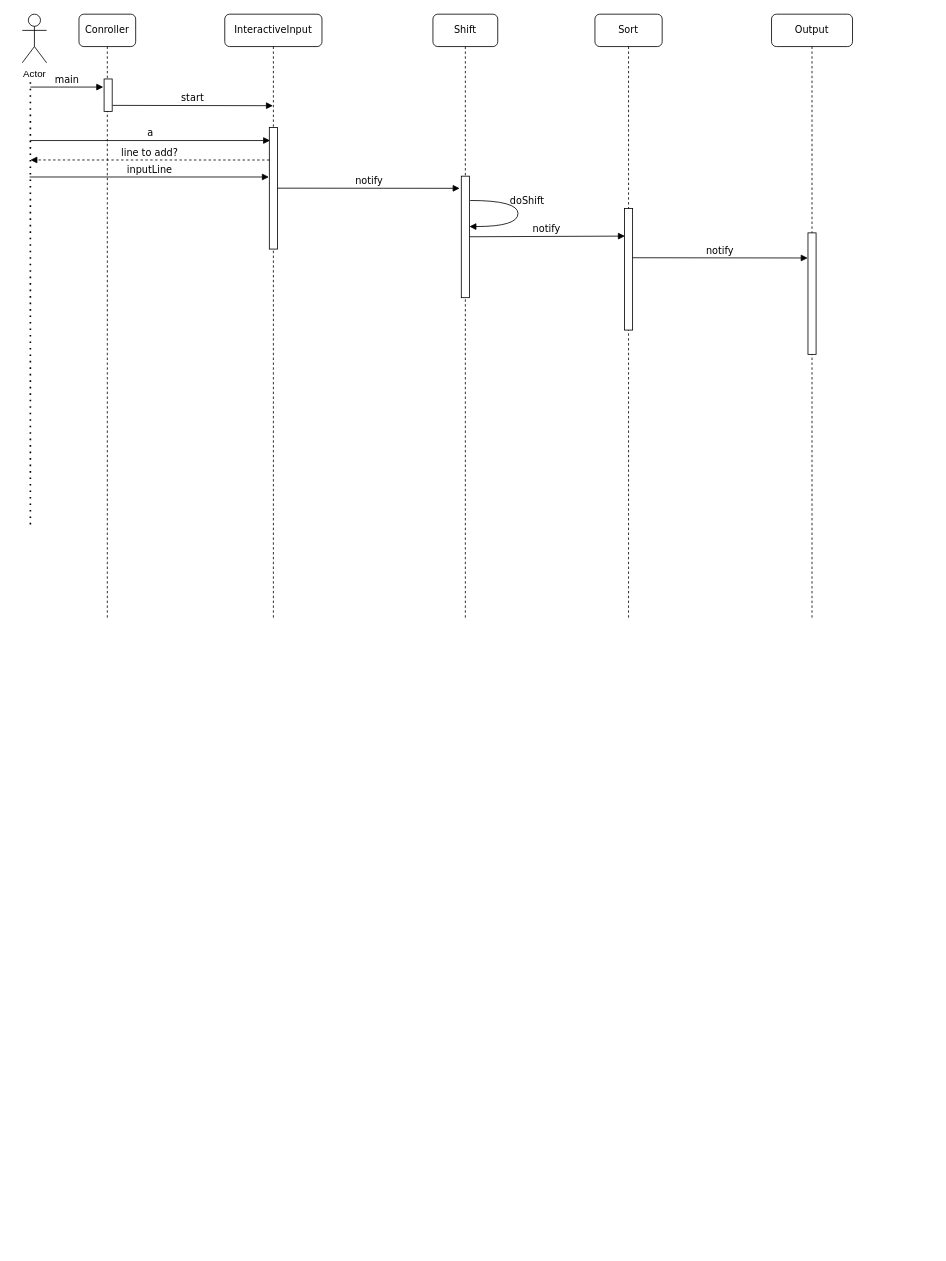
This is HW2Q1.drawio from parveshj/577, a draw.io file, before an edit. Source tidied: cells renumbered, new cells numbered last; positions are measured from the earlier drawing's top-left corner, leaving out a move shared by most shapes. Both pictures are drawn from the tidied source at 81%, with x=0, y=0 at pixel (22, 14).
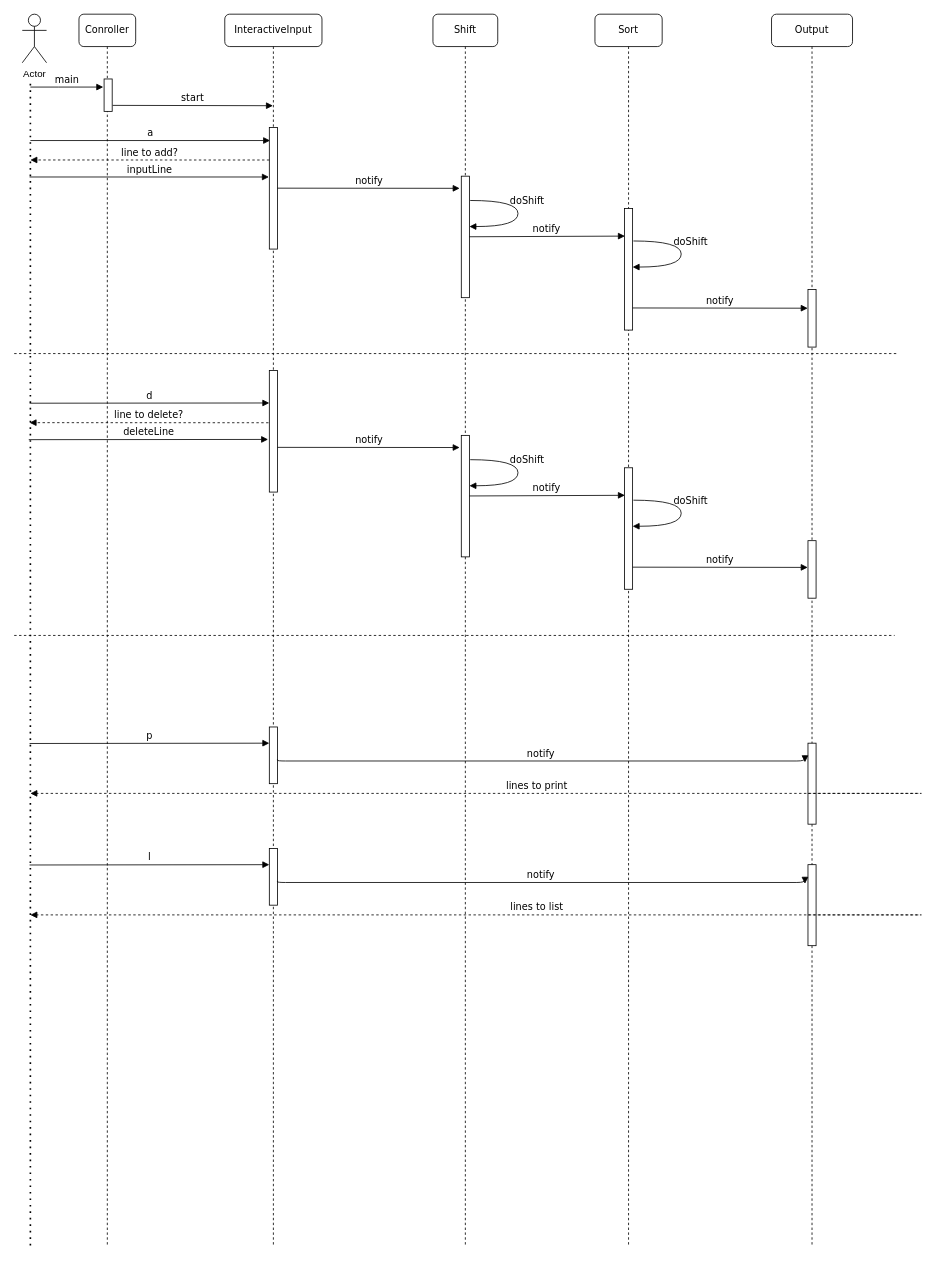
The same page after the edit.

Change to the diagram source:
```diff
@@
     <mxCell id="2" value="InteractiveInput" style="shape=umlLifeline;perimeter=lifelinePerimeter;whiteSpace=wrap;html=1;rounded=1;shadow=0;comic=0;labelBackgroundColor=none;strokeWidth=1;fontFamily=Verdana;fontSize=12;align=center;" parent="1" vertex="1">
-      <mxGeometry x="250" width="120" height="747" as="geometry" />
+      <mxGeometry x="250" width="120" height="1520" as="geometry" />
     </mxCell>
     <mxCell id="3" value="Shift" style="shape=umlLifeline;perimeter=lifelinePerimeter;whiteSpace=wrap;html=1;rounded=1;shadow=0;comic=0;labelBackgroundColor=none;strokeWidth=1;fontFamily=Verdana;fontSize=12;align=center;" parent="1" vertex="1">
-      <mxGeometry x="507" width="80" height="747" as="geometry" />
+      <mxGeometry x="507" width="80" height="1520" as="geometry" />
     </mxCell>
     <mxCell id="4" value="Sort" style="shape=umlLifeline;perimeter=lifelinePerimeter;whiteSpace=wrap;html=1;rounded=1;shadow=0;comic=0;labelBackgroundColor=none;strokeWidth=1;fontFamily=Verdana;fontSize=12;align=center;" parent="1" vertex="1">
-      <mxGeometry x="707" width="83" height="747" as="geometry" />
+      <mxGeometry x="707" width="83" height="1520" as="geometry" />
     </mxCell>
     <mxCell id="5" value="Output" style="shape=umlLifeline;perimeter=lifelinePerimeter;whiteSpace=wrap;html=1;rounded=1;shadow=0;comic=0;labelBackgroundColor=none;strokeWidth=1;fontFamily=Verdana;fontSize=12;align=center;" parent="1" vertex="1">
-      <mxGeometry x="925" width="100" height="747" as="geometry" />
+      <mxGeometry x="925" width="100" height="1520" as="geometry" />
     </mxCell>
     <mxCell id="6" value="Conroller" style="shape=umlLifeline;perimeter=lifelinePerimeter;whiteSpace=wrap;html=1;rounded=1;shadow=0;comic=0;labelBackgroundColor=none;strokeWidth=1;fontFamily=Verdana;fontSize=12;align=center;" parent="1" vertex="1">
-      <mxGeometry x="70" width="70" height="747" as="geometry" />
+      <mxGeometry x="70" width="70" height="1520" as="geometry" />
     </mxCell>
@@
     <mxCell id="9" style="endArrow=none;dashed=1;html=1;dashPattern=1 3;strokeWidth=2;" parent="1" edge="1">
       <mxGeometry relative="1" as="geometry">
-        <mxPoint x="10" y="630" as="sourcePoint" />
+        <mxPoint x="10" y="1520" as="sourcePoint" />
         <mxPoint x="10" y="80" as="targetPoint" />
       </mxGeometry>
     </mxCell>
@@
     <mxCell id="20" style="html=1;points=[];perimeter=orthogonalPerimeter;rounded=0;shadow=0;comic=0;labelBackgroundColor=none;strokeWidth=1;fontFamily=Verdana;fontSize=12;align=center;" parent="1" vertex="1">
-      <mxGeometry x="970" y="270" width="10" height="150" as="geometry" />
+      <mxGeometry x="970" y="340" width="10" height="71" as="geometry" />
     </mxCell>
-    <mxCell id="21" value="notify" style="html=1;verticalAlign=bottom;endArrow=block;labelBackgroundColor=none;fontFamily=Verdana;fontSize=12;edgeStyle=elbowEdgeStyle;elbow=vertical;entryX=-0.029;entryY=0.204;entryDx=0;entryDy=0;entryPerimeter=0;" parent="1" edge="1" target="20">
+    <mxCell id="21" value="notify" style="html=1;verticalAlign=bottom;endArrow=block;labelBackgroundColor=none;fontFamily=Verdana;fontSize=12;edgeStyle=elbowEdgeStyle;elbow=vertical;entryX=-0.029;entryY=0.204;entryDx=0;entryDy=0;entryPerimeter=0;" parent="1" edge="1">
       <mxGeometry relative="1" as="geometry">
-        <mxPoint x="753.5" y="300.7" as="sourcePoint" />
+        <mxPoint x="753.5" y="362.7" as="sourcePoint" />
+        <mxPoint x="969.7" y="362.6" as="targetPoint" />
       </mxGeometry>
     </mxCell>
@@
+    <mxCell id="23" value="doShift" style="html=1;verticalAlign=bottom;endArrow=block;labelBackgroundColor=none;fontFamily=Verdana;fontSize=12;elbow=vertical;edgeStyle=orthogonalEdgeStyle;curved=1;exitX=1.1;exitY=0.2;exitDx=0;exitDy=0;exitPerimeter=0;" parent="1" edge="1">
+      <mxGeometry x="-0.09" y="11" relative="1" as="geometry">
+        <mxPoint x="754.5" y="280" as="sourcePoint" />
+        <mxPoint x="753.5" y="312.2" as="targetPoint" />
+        <Array as="points">
+          <mxPoint x="813.5" y="280" />
+          <mxPoint x="813.5" y="312" />
+        </Array>
+      </mxGeometry>
+    </mxCell>
+    <mxCell id="24" value="d" style="html=1;verticalAlign=bottom;endArrow=block;labelBackgroundColor=none;fontFamily=Verdana;fontSize=12;edgeStyle=elbowEdgeStyle;elbow=vertical;entryX=0.1;entryY=0.107;entryDx=0;entryDy=0;entryPerimeter=0;" parent="1" edge="1">
+      <mxGeometry relative="1" as="geometry">
+        <mxPoint x="9" y="480.3" as="sourcePoint" />
+        <mxPoint x="305" y="480.4" as="targetPoint" />
+      </mxGeometry>
+    </mxCell>
+    <mxCell id="25" value="line to delete?" style="html=1;verticalAlign=bottom;endArrow=block;labelBackgroundColor=none;fontFamily=Verdana;fontSize=12;edgeStyle=elbowEdgeStyle;elbow=vertical;exitX=0;exitY=0.267;exitDx=0;exitDy=0;exitPerimeter=0;dashed=1;" parent="1" edge="1">
+      <mxGeometry relative="1" as="geometry">
+        <mxPoint x="304" y="504.4" as="sourcePoint" />
+        <mxPoint x="9" y="504.3" as="targetPoint" />
+        <Array as="points">
+          <mxPoint x="139" y="504.3" />
+        </Array>
+      </mxGeometry>
+    </mxCell>
+    <mxCell id="26" value="deleteLine" style="html=1;verticalAlign=bottom;endArrow=block;labelBackgroundColor=none;fontFamily=Verdana;fontSize=12;edgeStyle=elbowEdgeStyle;elbow=vertical;entryX=-0.05;entryY=0.397;entryDx=0;entryDy=0;entryPerimeter=0;" parent="1" edge="1">
+      <mxGeometry relative="1" as="geometry">
+        <mxPoint x="8" y="525.3" as="sourcePoint" />
+        <mxPoint x="303.5" y="524.9" as="targetPoint" />
+      </mxGeometry>
+    </mxCell>
+    <mxCell id="27" style="html=1;perimeter=orthogonalPerimeter;rounded=0;shadow=0;comic=0;labelBackgroundColor=none;strokeWidth=1;fontFamily=Verdana;fontSize=12;align=center;" parent="1" vertex="1">
+      <mxGeometry x="305" y="440" width="10" height="150" as="geometry" />
+    </mxCell>
+    <mxCell id="28" style="endArrow=none;html=1;dashed=1;" parent="1" edge="1">
+      <mxGeometry relative="1" as="geometry">
+        <mxPoint x="-10" y="419" as="sourcePoint" />
+        <mxPoint x="1082" y="419" as="targetPoint" />
+      </mxGeometry>
+    </mxCell>
+    <mxCell id="29" value="notify" style="html=1;verticalAlign=bottom;endArrow=block;labelBackgroundColor=none;fontFamily=Verdana;fontSize=12;edgeStyle=elbowEdgeStyle;elbow=vertical;" parent="1" edge="1">
+      <mxGeometry relative="1" as="geometry">
+        <mxPoint x="315" y="534.8" as="sourcePoint" />
+        <mxPoint x="540" y="535" as="targetPoint" />
+      </mxGeometry>
+    </mxCell>
+    <mxCell id="30" style="html=1;points=[];perimeter=orthogonalPerimeter;rounded=0;shadow=0;comic=0;labelBackgroundColor=none;strokeWidth=1;fontFamily=Verdana;fontSize=12;align=center;" parent="1" vertex="1">
+      <mxGeometry x="542" y="520" width="10" height="150" as="geometry" />
+    </mxCell>
+    <mxCell id="31" value="notify" style="html=1;verticalAlign=bottom;endArrow=block;labelBackgroundColor=none;fontFamily=Verdana;fontSize=12;edgeStyle=elbowEdgeStyle;elbow=vertical;entryX=0.05;entryY=0.227;entryDx=0;entryDy=0;entryPerimeter=0;" parent="1" edge="1" target="32">
+      <mxGeometry relative="1" as="geometry">
+        <mxPoint x="552" y="594.8" as="sourcePoint" />
+      </mxGeometry>
+    </mxCell>
+    <mxCell id="32" style="html=1;points=[];perimeter=orthogonalPerimeter;rounded=0;shadow=0;comic=0;labelBackgroundColor=none;strokeWidth=1;fontFamily=Verdana;fontSize=12;align=center;" parent="1" vertex="1">
+      <mxGeometry x="743.5" y="560" width="10" height="150" as="geometry" />
+    </mxCell>
+    <mxCell id="33" value="doShift" style="html=1;verticalAlign=bottom;endArrow=block;labelBackgroundColor=none;fontFamily=Verdana;fontSize=12;elbow=vertical;edgeStyle=orthogonalEdgeStyle;curved=1;exitX=1.1;exitY=0.2;exitDx=0;exitDy=0;exitPerimeter=0;" parent="1" edge="1" source="30">
+      <mxGeometry x="-0.09" y="11" relative="1" as="geometry">
+        <mxPoint x="552" y="582.2" as="targetPoint" />
+        <Array as="points">
+          <mxPoint x="612" y="550" />
+          <mxPoint x="612" y="582" />
+        </Array>
+      </mxGeometry>
+    </mxCell>
+    <mxCell id="34" value="notify" style="html=1;verticalAlign=bottom;endArrow=block;labelBackgroundColor=none;fontFamily=Verdana;fontSize=12;edgeStyle=elbowEdgeStyle;elbow=vertical;entryX=-0.029;entryY=0.204;entryDx=0;entryDy=0;entryPerimeter=0;" parent="1" edge="1">
+      <mxGeometry relative="1" as="geometry">
+        <mxPoint x="753.5" y="682.7" as="sourcePoint" />
+        <mxPoint x="969.7" y="682.6" as="targetPoint" />
+      </mxGeometry>
+    </mxCell>
+    <mxCell id="35" value="doShift" style="html=1;verticalAlign=bottom;endArrow=block;labelBackgroundColor=none;fontFamily=Verdana;fontSize=12;elbow=vertical;edgeStyle=orthogonalEdgeStyle;curved=1;exitX=1.1;exitY=0.2;exitDx=0;exitDy=0;exitPerimeter=0;" parent="1" edge="1">
+      <mxGeometry x="-0.09" y="11" relative="1" as="geometry">
+        <mxPoint x="754.5" y="600" as="sourcePoint" />
+        <mxPoint x="753.5" y="632.2" as="targetPoint" />
+        <Array as="points">
+          <mxPoint x="813.5" y="600" />
+          <mxPoint x="813.5" y="632" />
+        </Array>
+      </mxGeometry>
+    </mxCell>
+    <mxCell id="36" style="html=1;perimeter=orthogonalPerimeter;rounded=0;shadow=0;comic=0;labelBackgroundColor=none;strokeWidth=1;fontFamily=Verdana;fontSize=12;align=center;" parent="1" vertex="1">
+      <mxGeometry x="970" y="650" width="10" height="71" as="geometry" />
+    </mxCell>
+    <mxCell id="37" style="html=1;points=[];perimeter=orthogonalPerimeter;rounded=0;shadow=0;comic=0;labelBackgroundColor=none;strokeWidth=1;fontFamily=Verdana;fontSize=12;align=center;" parent="1" vertex="1">
+      <mxGeometry x="970" y="900" width="10" height="100" as="geometry" />
+    </mxCell>
+    <mxCell id="38" value="lines to print" style="html=1;verticalAlign=bottom;endArrow=block;labelBackgroundColor=none;fontFamily=Verdana;fontSize=12;edgeStyle=elbowEdgeStyle;elbow=vertical;exitX=0;exitY=0.267;exitDx=0;exitDy=0;exitPerimeter=0;dashed=1;" parent="1" edge="1">
+      <mxGeometry relative="1" as="geometry">
+        <mxPoint x="970" y="962" as="sourcePoint" />
+        <mxPoint x="10" y="962" as="targetPoint" />
+        <Array as="points">
+          <mxPoint x="1115" y="962" />
+        </Array>
+      </mxGeometry>
+    </mxCell>
+    <mxCell id="39" style="html=1;perimeter=orthogonalPerimeter;rounded=0;shadow=0;comic=0;labelBackgroundColor=none;strokeWidth=1;fontFamily=Verdana;fontSize=12;align=center;" parent="1" vertex="1">
+      <mxGeometry x="305" y="880" width="10" height="70" as="geometry" />
+    </mxCell>
+    <mxCell id="40" value="p" style="html=1;verticalAlign=bottom;endArrow=block;labelBackgroundColor=none;fontFamily=Verdana;fontSize=12;edgeStyle=elbowEdgeStyle;elbow=vertical;entryX=0.1;entryY=0.107;entryDx=0;entryDy=0;entryPerimeter=0;" parent="1" edge="1">
+      <mxGeometry relative="1" as="geometry">
+        <mxPoint x="9" y="900.4" as="sourcePoint" />
+        <mxPoint x="305" y="900.5" as="targetPoint" />
+      </mxGeometry>
+    </mxCell>
+    <mxCell id="41" value="notify" style="html=1;verticalAlign=bottom;endArrow=block;labelBackgroundColor=none;fontFamily=Verdana;fontSize=12;edgeStyle=elbowEdgeStyle;elbow=vertical;entryX=-0.374;entryY=0.236;entryDx=0;entryDy=0;entryPerimeter=0;" parent="1" edge="1" target="37">
+      <mxGeometry relative="1" as="geometry">
+        <mxPoint x="315" y="920" as="sourcePoint" />
+      </mxGeometry>
+    </mxCell>
+    <mxCell id="42" style="html=1;points=[];perimeter=orthogonalPerimeter;rounded=0;shadow=0;comic=0;labelBackgroundColor=none;strokeWidth=1;fontFamily=Verdana;fontSize=12;align=center;" parent="1" vertex="1">
+      <mxGeometry x="970" y="1050" width="10" height="100" as="geometry" />
+    </mxCell>
+    <mxCell id="43" value="lines to list" style="html=1;verticalAlign=bottom;endArrow=block;labelBackgroundColor=none;fontFamily=Verdana;fontSize=12;edgeStyle=elbowEdgeStyle;elbow=vertical;exitX=0;exitY=0.267;exitDx=0;exitDy=0;exitPerimeter=0;dashed=1;" parent="1" edge="1">
+      <mxGeometry relative="1" as="geometry">
+        <mxPoint x="970" y="1112" as="sourcePoint" />
+        <mxPoint x="10" y="1112" as="targetPoint" />
+        <Array as="points">
+          <mxPoint x="1115" y="1112" />
+        </Array>
+      </mxGeometry>
+    </mxCell>
+    <mxCell id="44" style="html=1;perimeter=orthogonalPerimeter;rounded=0;shadow=0;comic=0;labelBackgroundColor=none;strokeWidth=1;fontFamily=Verdana;fontSize=12;align=center;" parent="1" vertex="1">
+      <mxGeometry x="305" y="1030" width="10" height="70" as="geometry" />
+    </mxCell>
+    <mxCell id="45" value="l" style="html=1;verticalAlign=bottom;endArrow=block;labelBackgroundColor=none;fontFamily=Verdana;fontSize=12;edgeStyle=elbowEdgeStyle;elbow=vertical;entryX=0.1;entryY=0.107;entryDx=0;entryDy=0;entryPerimeter=0;" parent="1" edge="1">
+      <mxGeometry relative="1" as="geometry">
+        <mxPoint x="9" y="1050.4" as="sourcePoint" />
+        <mxPoint x="305" y="1050.5" as="targetPoint" />
+      </mxGeometry>
+    </mxCell>
+    <mxCell id="46" value="notify" style="html=1;verticalAlign=bottom;endArrow=block;labelBackgroundColor=none;fontFamily=Verdana;fontSize=12;edgeStyle=elbowEdgeStyle;elbow=vertical;entryX=-0.374;entryY=0.236;entryDx=0;entryDy=0;entryPerimeter=0;" parent="1" edge="1" target="42">
+      <mxGeometry relative="1" as="geometry">
+        <mxPoint x="315" y="1070" as="sourcePoint" />
+      </mxGeometry>
+    </mxCell>
+    <mxCell id="47" style="endArrow=none;html=1;dashed=1;" parent="1" edge="1">
+      <mxGeometry relative="1" as="geometry">
+        <mxPoint x="-10" y="767" as="sourcePoint" />
+        <mxPoint x="1077" y="767" as="targetPoint" />
+      </mxGeometry>
+    </mxCell>
```
